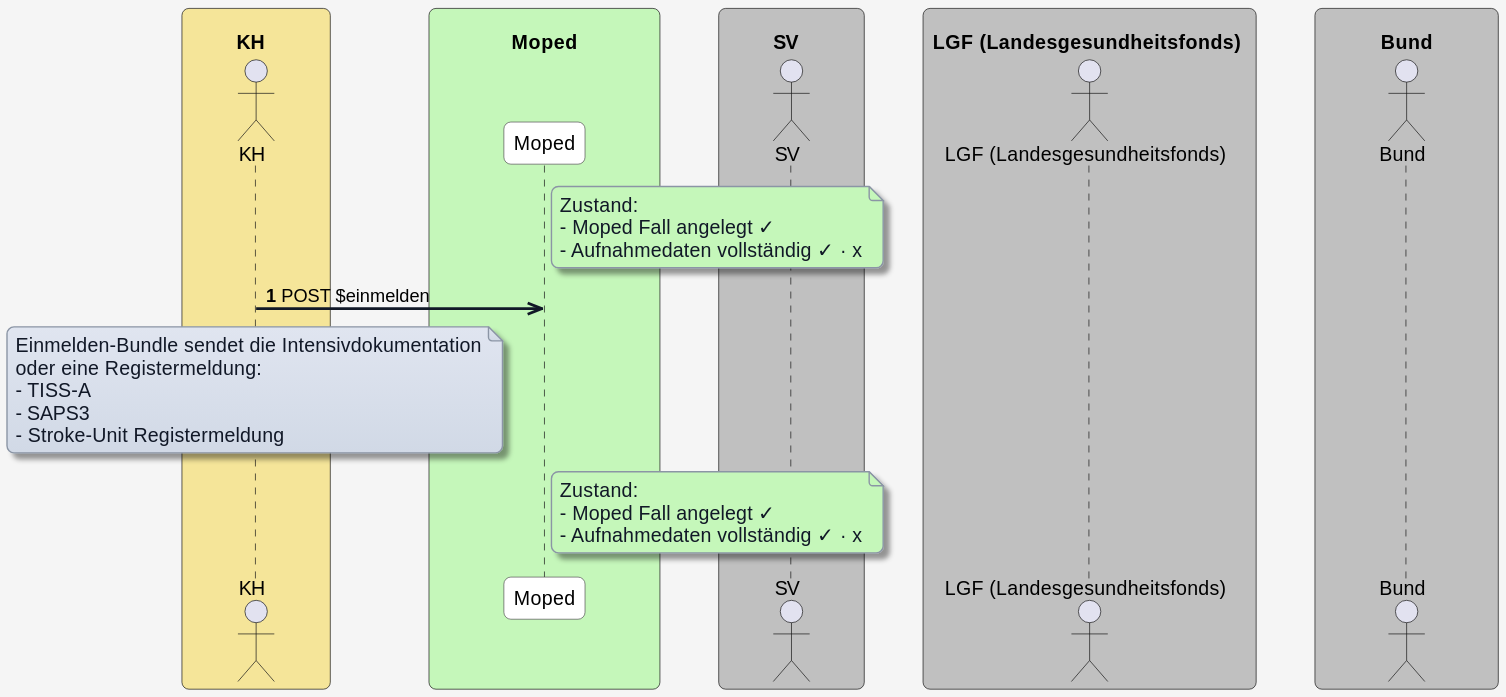
Above: r5-ELGA-MOPED-main/plantuml/moped-fall-patientenversorgung/einmelden-generisch.svg in HL7Austria/hl7austria.github.io (PlantUML), before the change.
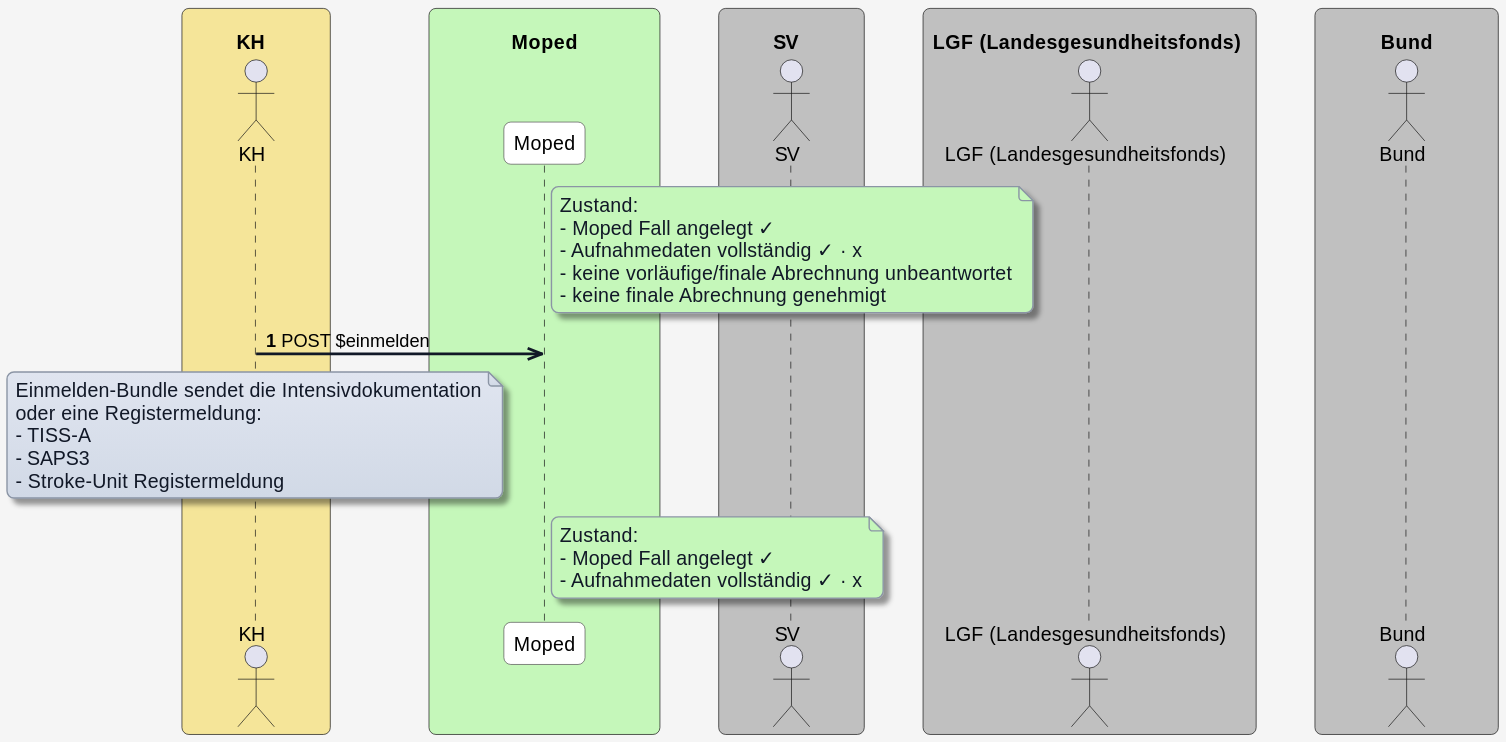
Later version of the same file.

What changed in the source:
```diff
@@ -64,6 +64,8 @@
 Zustand:
 - Moped Fall angelegt ✓
 - Aufnahmedaten vollständig ✓ · x
+- keine vorläufige/finale Abrechnung unbeantwortet
+- keine finale Abrechnung genehmigt
 end note
 
 KH ->> MP: POST $einmelden
```
